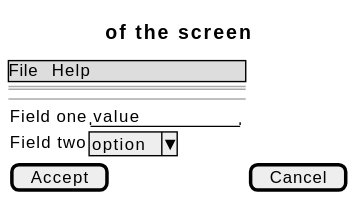
Above: docs/01-requirements/use-cases/defineCustomField/wireframes.svg in didactika/kampus (PlantUML), before the change. Source of this version:
```plantuml
@startsalt
{
  {* File | Help }
  ==
  Title of the screen
  --
  {
    Field one | "value        "
    Field two | ^option^
  }
  [ Accept ] | [ Cancel ]
}
@endsalt
```
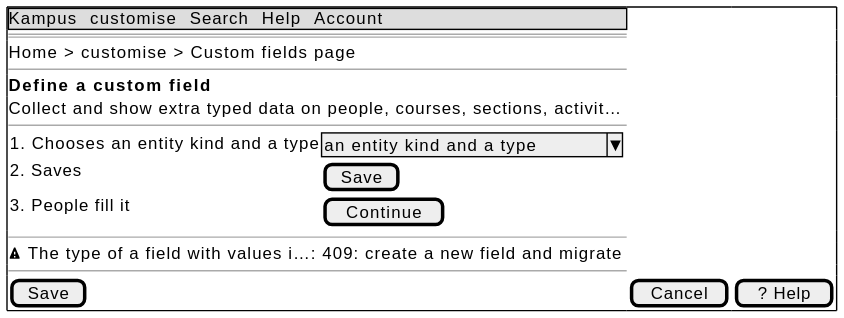
After the commit.

Change to the diagram source:
```diff
@@ -1,13 +1,20 @@
 @startsalt
-{
-  {* File | Help }
+{+
+  {* Kampus | customise | Search | Help | Account }
   ==
-  Title of the screen
+  Home > customise > Custom fields page
+  --
+  <b>Define a custom field
+  Collect and show extra typed data on people, courses, sections, activit…
   --
   {
-    Field one | "value        "
-    Field two | ^option^
+    1. Chooses an entity kind and a type | ^an entity kind and a type^
+    2. Saves | [ Save ]
+    3. People fill it | [ Continue ]
   }
-  [ Accept ] | [ Cancel ]
+  --
+  <&warning> The type of a field with values i…: 409: create a new field and migrate
+  --
+  [ Save ] | [ Cancel ] | [ ? Help ]
 }
 @endsalt
```
